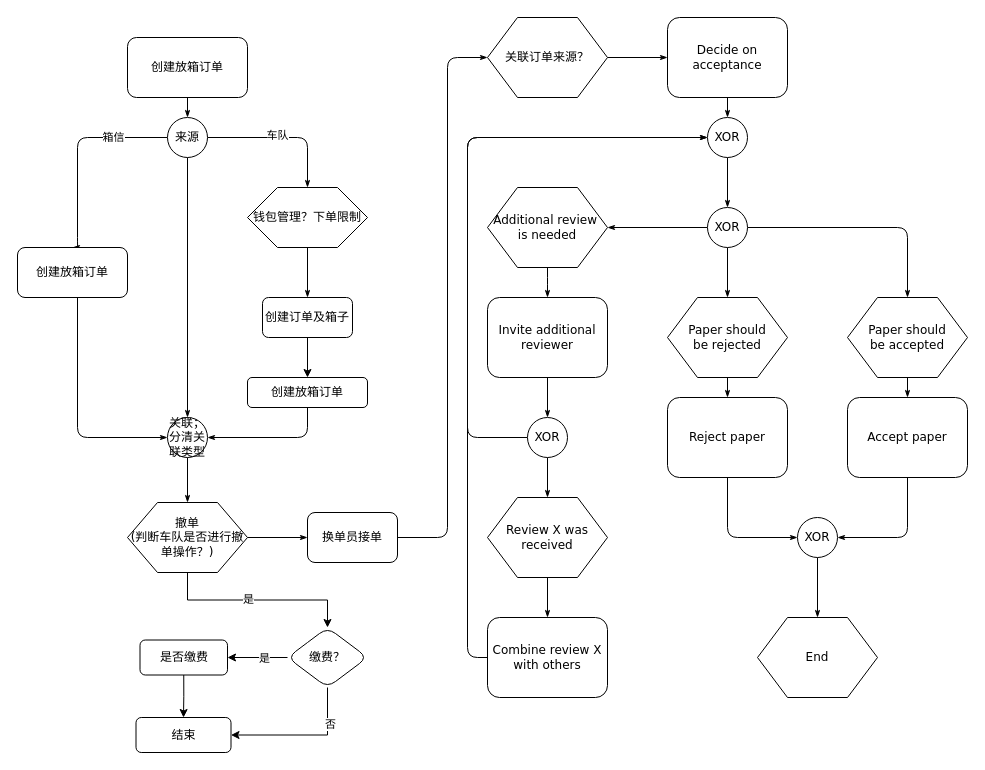
This is 放箱.drawio from gongyao1992/draw, a draw.io file, before an edit. Source tidied: cells renumbered, new cells numbered last; positions are measured from the earlier drawing's top-left corner, leaving out a move shared by most shapes. Both pictures are drawn from the tidied source at 100%, with x=0, y=0 at pixel (17, 17).
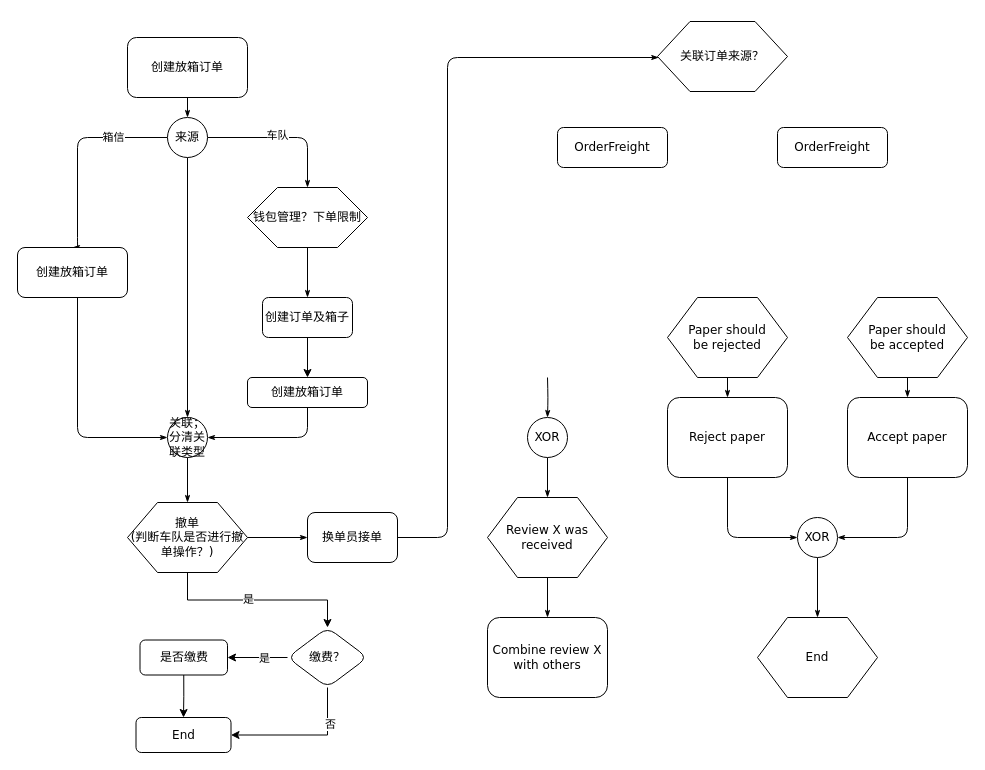
After the change.

The change refers to these unchanged cells:
```xml
<mxCell id="39" value="Paper should&lt;div&gt;be rejected&lt;/div&gt;" style="shape=hexagon;perimeter=hexagonPerimeter;whiteSpace=wrap;html=1;rounded=0;shadow=0;labelBackgroundColor=none;strokeWidth=1;fontFamily=Verdana;fontSize=12;align=center;" parent="1" vertex="1">
  <mxGeometry x="650" y="280" width="120" height="80" as="geometry" />
</mxCell>
<mxCell id="41" value="Paper should&lt;div&gt;be accepted&lt;/div&gt;" style="shape=hexagon;perimeter=hexagonPerimeter;whiteSpace=wrap;html=1;rounded=0;shadow=0;labelBackgroundColor=none;strokeWidth=1;fontFamily=Verdana;fontSize=12;align=center;" parent="1" vertex="1">
  <mxGeometry x="830" y="280" width="120" height="80" as="geometry" />
</mxCell>
<mxCell id="44" value="XOR" style="ellipse;whiteSpace=wrap;html=1;rounded=1;shadow=0;labelBackgroundColor=none;strokeWidth=1;fontFamily=Verdana;fontSize=12;align=center;" parent="1" vertex="1">
  <mxGeometry x="510" y="400" width="40" height="40" as="geometry" />
</mxCell>
<mxCell id="55" value="Combine review X with others" style="rounded=1;whiteSpace=wrap;html=1;shadow=0;labelBackgroundColor=none;strokeWidth=1;fontFamily=Verdana;fontSize=12;align=center;" parent="1" vertex="1">
  <mxGeometry x="470" y="600" width="120" height="80" as="geometry" />
</mxCell>
```

What changed in the source:
```diff
@@
-    <mxCell id="24" style="edgeStyle=orthogonalEdgeStyle;rounded=1;html=1;labelBackgroundColor=none;startArrow=none;startFill=0;startSize=5;endArrow=classicThin;endFill=1;endSize=5;jettySize=auto;strokeWidth=1;fontFamily=Verdana;fontSize=8;" parent="1" edge="1" source="25" target="27">
-      <mxGeometry relative="1" as="geometry" />
-    </mxCell>
     <mxCell id="25" value="关联订单来源？" style="shape=hexagon;perimeter=hexagonPerimeter;whiteSpace=wrap;html=1;rounded=0;shadow=0;labelBackgroundColor=none;strokeWidth=1;fontFamily=Verdana;fontSize=12;align=center;" parent="1" vertex="1">
-      <mxGeometry x="470" width="120" height="80" as="geometry" />
+      <mxGeometry x="640" y="4" width="130" height="70" as="geometry" />
     </mxCell>
-    <mxCell id="26" style="edgeStyle=orthogonalEdgeStyle;rounded=1;html=1;labelBackgroundColor=none;startArrow=none;startFill=0;startSize=5;endArrow=classicThin;endFill=1;endSize=5;jettySize=auto;strokeWidth=1;fontFamily=Verdana;fontSize=8;" parent="1" edge="1" source="27" target="29">
-      <mxGeometry relative="1" as="geometry" />
-    </mxCell>
-    <mxCell id="27" value="Decide on acceptance" style="rounded=1;whiteSpace=wrap;html=1;shadow=0;labelBackgroundColor=none;strokeWidth=1;fontFamily=Verdana;fontSize=12;align=center;" parent="1" vertex="1">
-      <mxGeometry x="650" width="120" height="80" as="geometry" />
-    </mxCell>
-    <mxCell id="28" style="edgeStyle=orthogonalEdgeStyle;rounded=1;html=1;labelBackgroundColor=none;startArrow=none;startFill=0;startSize=5;endArrow=classicThin;endFill=1;endSize=5;jettySize=auto;strokeColor=#000000;strokeWidth=1;fontFamily=Verdana;fontSize=8;fontColor=#000000;" parent="1" edge="1" source="29" target="35">
-      <mxGeometry relative="1" as="geometry" />
-    </mxCell>
-    <mxCell id="29" value="XOR" style="ellipse;whiteSpace=wrap;html=1;rounded=1;shadow=0;labelBackgroundColor=none;strokeWidth=1;fontFamily=Verdana;fontSize=12;align=center;" parent="1" vertex="1">
-      <mxGeometry x="690" y="100" width="40" height="40" as="geometry" />
-    </mxCell>
-    <mxCell id="30" style="edgeStyle=orthogonalEdgeStyle;rounded=1;html=1;labelBackgroundColor=none;startArrow=none;startFill=0;startSize=5;endArrow=classicThin;endFill=1;endSize=5;jettySize=auto;strokeWidth=1;fontFamily=Verdana;fontSize=8;" parent="1" edge="1" source="31" target="37">
-      <mxGeometry relative="1" as="geometry" />
-    </mxCell>
-    <mxCell id="31" value="Additional review&amp;nbsp;&lt;div&gt;is needed&lt;/div&gt;" style="shape=hexagon;perimeter=hexagonPerimeter;whiteSpace=wrap;html=1;rounded=0;shadow=0;labelBackgroundColor=none;strokeWidth=1;fontFamily=Verdana;fontSize=12;align=center;" parent="1" vertex="1">
-      <mxGeometry x="470" y="170" width="120" height="80" as="geometry" />
-    </mxCell>
-    <mxCell id="32" style="edgeStyle=orthogonalEdgeStyle;rounded=1;html=1;labelBackgroundColor=none;startArrow=none;startFill=0;startSize=5;endArrow=classicThin;endFill=1;endSize=5;jettySize=auto;strokeColor=#000000;strokeWidth=1;fontFamily=Verdana;fontSize=8;fontColor=#000000;" parent="1" edge="1" source="35" target="39">
-      <mxGeometry relative="1" as="geometry" />
-    </mxCell>
-    <mxCell id="33" style="edgeStyle=orthogonalEdgeStyle;rounded=1;html=1;labelBackgroundColor=none;startArrow=none;startFill=0;startSize=5;endArrow=classicThin;endFill=1;endSize=5;jettySize=auto;strokeColor=#000000;strokeWidth=1;fontFamily=Verdana;fontSize=8;fontColor=#000000;" parent="1" edge="1" source="35" target="41">
-      <mxGeometry relative="1" as="geometry" />
-    </mxCell>
-    <mxCell id="34" style="edgeStyle=orthogonalEdgeStyle;rounded=1;html=1;labelBackgroundColor=none;startArrow=none;startFill=0;startSize=5;endArrow=classicThin;endFill=1;endSize=5;jettySize=auto;strokeColor=#000000;strokeWidth=1;fontFamily=Verdana;fontSize=8;fontColor=#000000;" parent="1" edge="1" source="35" target="31">
-      <mxGeometry relative="1" as="geometry" />
-    </mxCell>
-    <mxCell id="35" value="XOR" style="ellipse;whiteSpace=wrap;html=1;rounded=1;shadow=0;labelBackgroundColor=none;strokeWidth=1;fontFamily=Verdana;fontSize=12;align=center;" parent="1" vertex="1">
-      <mxGeometry x="690" y="190" width="40" height="40" as="geometry" />
-    </mxCell>
-    <mxCell id="36" style="edgeStyle=orthogonalEdgeStyle;rounded=1;html=1;labelBackgroundColor=none;startArrow=none;startFill=0;startSize=5;endArrow=classicThin;endFill=1;endSize=5;jettySize=auto;strokeWidth=1;fontFamily=Verdana;fontSize=8;" parent="1" edge="1" source="37" target="44">
-      <mxGeometry relative="1" as="geometry" />
+    <mxCell id="36" style="edgeStyle=orthogonalEdgeStyle;rounded=1;html=1;labelBackgroundColor=none;startArrow=none;startFill=0;startSize=5;endArrow=classicThin;endFill=1;endSize=5;jettySize=auto;strokeWidth=1;fontFamily=Verdana;fontSize=8;" parent="1" edge="1" target="44">
+      <mxGeometry relative="1" as="geometry">
+        <mxPoint x="530" y="360" as="sourcePoint" />
+      </mxGeometry>
     </mxCell>
-    <mxCell id="37" value="Invite additional reviewer" style="rounded=1;whiteSpace=wrap;html=1;shadow=0;labelBackgroundColor=none;strokeWidth=1;fontFamily=Verdana;fontSize=12;align=center;" parent="1" vertex="1">
-      <mxGeometry x="470" y="280" width="120" height="80" as="geometry" />
-    </mxCell>
@@
-    <mxCell id="43" style="edgeStyle=orthogonalEdgeStyle;rounded=1;html=1;labelBackgroundColor=none;startArrow=none;startFill=0;startSize=5;endArrow=classicThin;endFill=1;endSize=5;jettySize=auto;strokeWidth=1;fontFamily=Verdana;fontSize=8;" parent="1" edge="1" source="44" target="29">
-      <mxGeometry relative="1" as="geometry">
-        <Array as="points">
-          <mxPoint x="450" y="420" />
-          <mxPoint x="450" y="120" />
-        </Array>
-      </mxGeometry>
-    </mxCell>
@@
-    <mxCell id="54" style="edgeStyle=orthogonalEdgeStyle;rounded=1;html=1;labelBackgroundColor=none;startArrow=none;startFill=0;startSize=5;endArrow=classicThin;endFill=1;endSize=5;jettySize=auto;sstrokeWidth=1;fontFamily=Verdana;fontSize=8;" parent="1" edge="1" source="55" target="29">
-      <mxGeometry relative="1" as="geometry">
-        <Array as="points">
-          <mxPoint x="450" y="640" />
-          <mxPoint x="450" y="120" />
-        </Array>
-      </mxGeometry>
-    </mxCell>
@@
-    <mxCell id="60" value="结束" style="rounded=1;whiteSpace=wrap;html=1;shadow=0;labelBackgroundColor=none;strokeWidth=1;fontFamily=Verdana;fontSize=12;align=center;" parent="1" vertex="1">
+    <mxCell id="60" value="End" style="rounded=1;whiteSpace=wrap;html=1;shadow=0;labelBackgroundColor=none;strokeWidth=1;fontFamily=Verdana;fontSize=12;align=center;" parent="1" vertex="1">
       <mxGeometry x="118.5" y="700" width="95" height="35" as="geometry" />
     </mxCell>
@@
+    <mxCell id="66" value="OrderFreight" style="rounded=1;whiteSpace=wrap;html=1;shadow=0;labelBackgroundColor=none;strokeWidth=1;fontFamily=Verdana;fontSize=12;align=center;" parent="1" vertex="1">
+      <mxGeometry x="540" y="110" width="110" height="40" as="geometry" />
+    </mxCell>
+    <mxCell id="67" value="OrderFreight" style="rounded=1;whiteSpace=wrap;html=1;shadow=0;labelBackgroundColor=none;strokeWidth=1;fontFamily=Verdana;fontSize=12;align=center;" parent="1" vertex="1">
+      <mxGeometry x="760" y="110" width="110" height="40" as="geometry" />
+    </mxCell>
```
